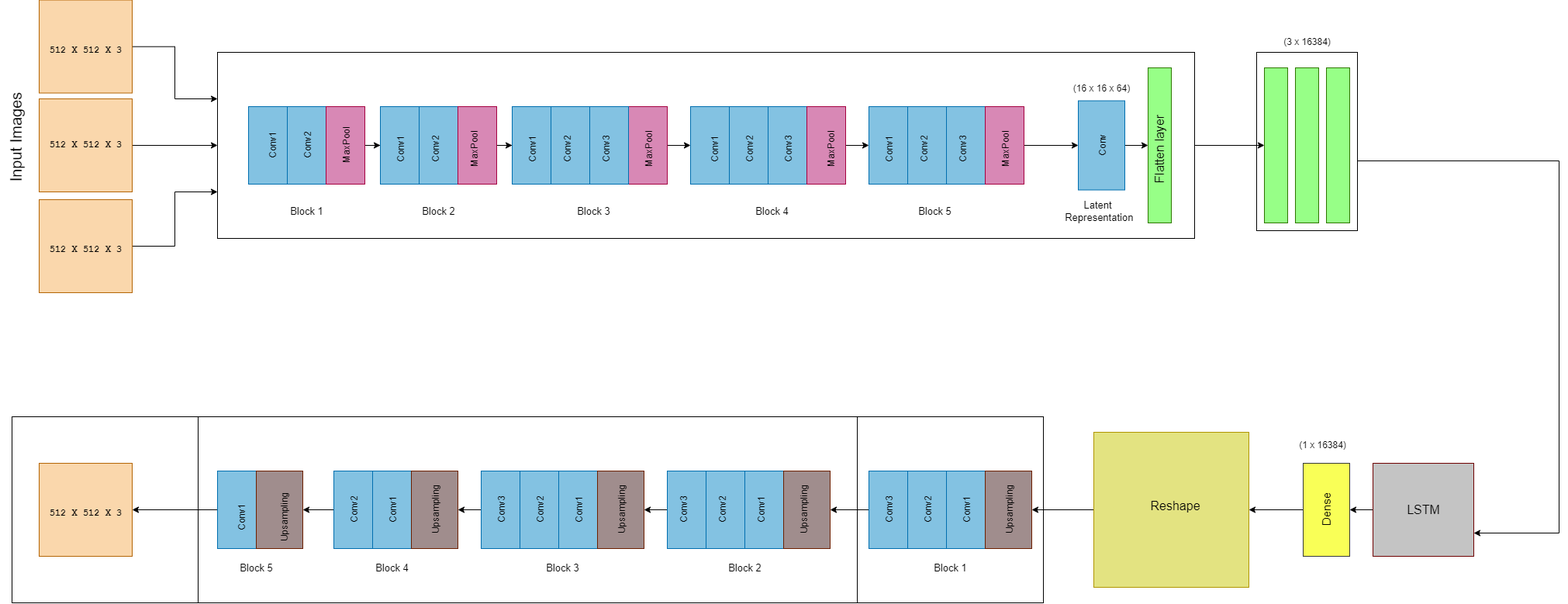
pavankumarallu/Water-Body-Detection keeps this draw.io diagram as Model.drawio.png. Above is the earlier version. Source tidied: cells renumbered, new cells last; positions are measured from the earlier drawing's top-left corner, leaving out a move shared by most shapes.
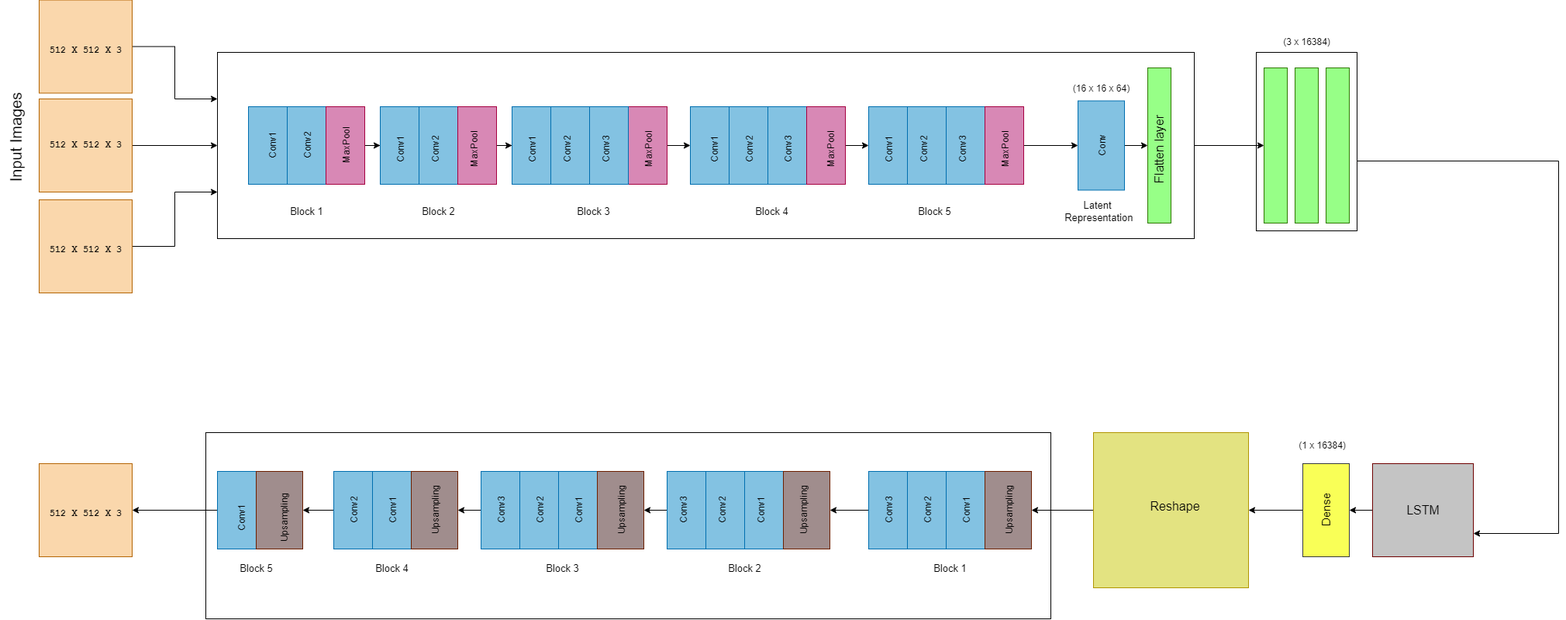
After the change.

Change to the diagram source:
```diff
@@ -148,9 +148,6 @@
     <mxCell id="48" style="rounded=0;whiteSpace=wrap;html=1;fontSize=9;fontColor=#ffffff;fillColor=#83C2E2;strokeColor=#006EAF;" parent="1" vertex="1">
       <mxGeometry x="1170" y="608" width="50" height="100" as="geometry" />
     </mxCell>
-    <mxCell id="49" style="rounded=0;whiteSpace=wrap;html=1;fontSize=9;fillColor=none;" parent="1" vertex="1">
-      <mxGeometry x="305" y="538" width="1090" height="240" as="geometry" />
-    </mxCell>
     <mxCell id="50" style="rounded=0;whiteSpace=wrap;html=1;fontSize=9;fontColor=#ffffff;fillColor=#A08D8D;strokeColor=#6D1F00;" parent="1" vertex="1">
       <mxGeometry x="1320" y="608" width="60" height="100" as="geometry" />
     </mxCell>
@@ -368,7 +365,7 @@
       <mxGeometry x="740" y="718" width="70" height="30" as="geometry" />
     </mxCell>
     <mxCell id="122" style="rounded=0;whiteSpace=wrap;html=1;fontSize=9;fillColor=none;" parent="1" vertex="1">
-      <mxGeometry x="65" y="538" width="1090" height="240" as="geometry" />
+      <mxGeometry x="315" y="558" width="1090" height="240" as="geometry" />
     </mxCell>
     <mxCell id="123" value="&lt;font style=&quot;&quot;&gt;&lt;span style=&quot;font-size: 12px;&quot;&gt;Upsampling&lt;/span&gt;&lt;br style=&quot;font-size: 15px;&quot;&gt;&lt;/font&gt;" style="text;html=1;align=center;verticalAlign=middle;fillColor=none;strokeColor=none;rounded=0;rotation=-90;fontSize=15;" parent="1" vertex="1">
       <mxGeometry x="565" y="643" width="90" height="30" as="geometry" />
```
